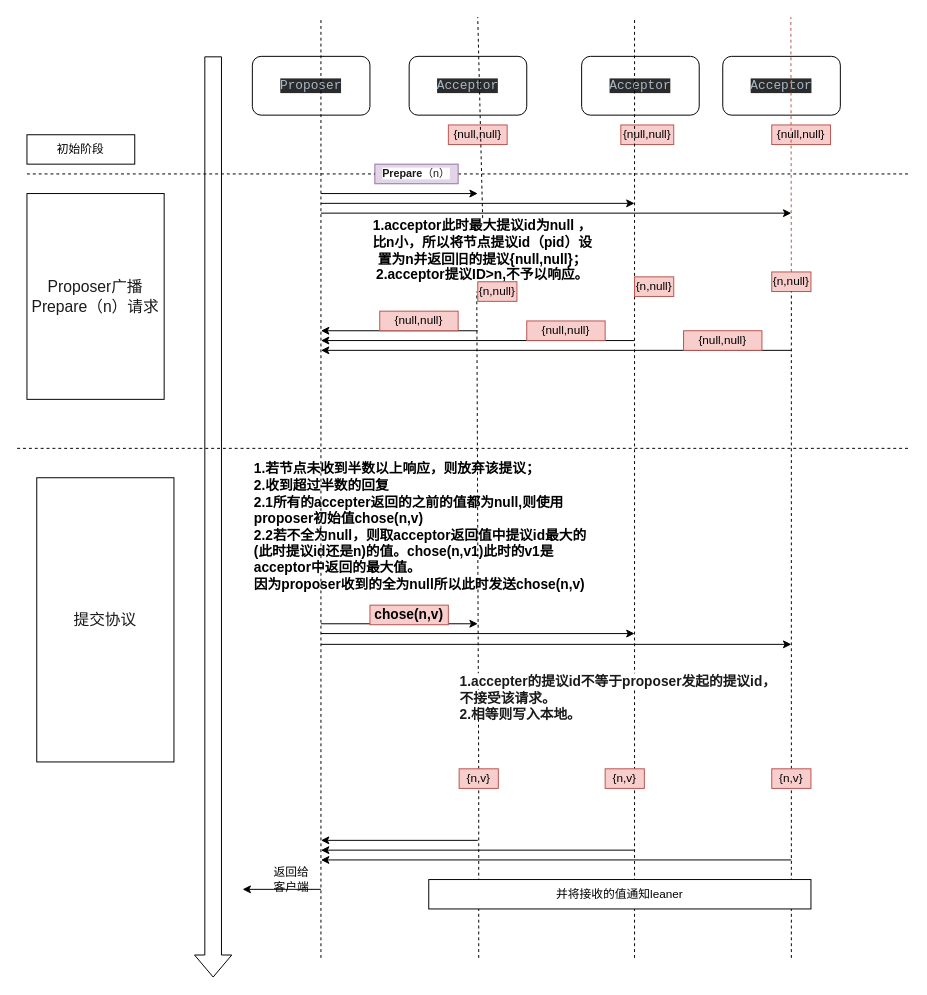
Earlier version of the draw.io diagram Untitled Diagram.drawio (852438143/drawIo). Source tidied: cells renumbered, new cells numbered last; positions are measured from the earlier drawing's top-left corner, leaving out a move shared by most shapes. Both pictures are drawn from the tidied source at 98%, with x=0, y=0 at pixel (17, 17).
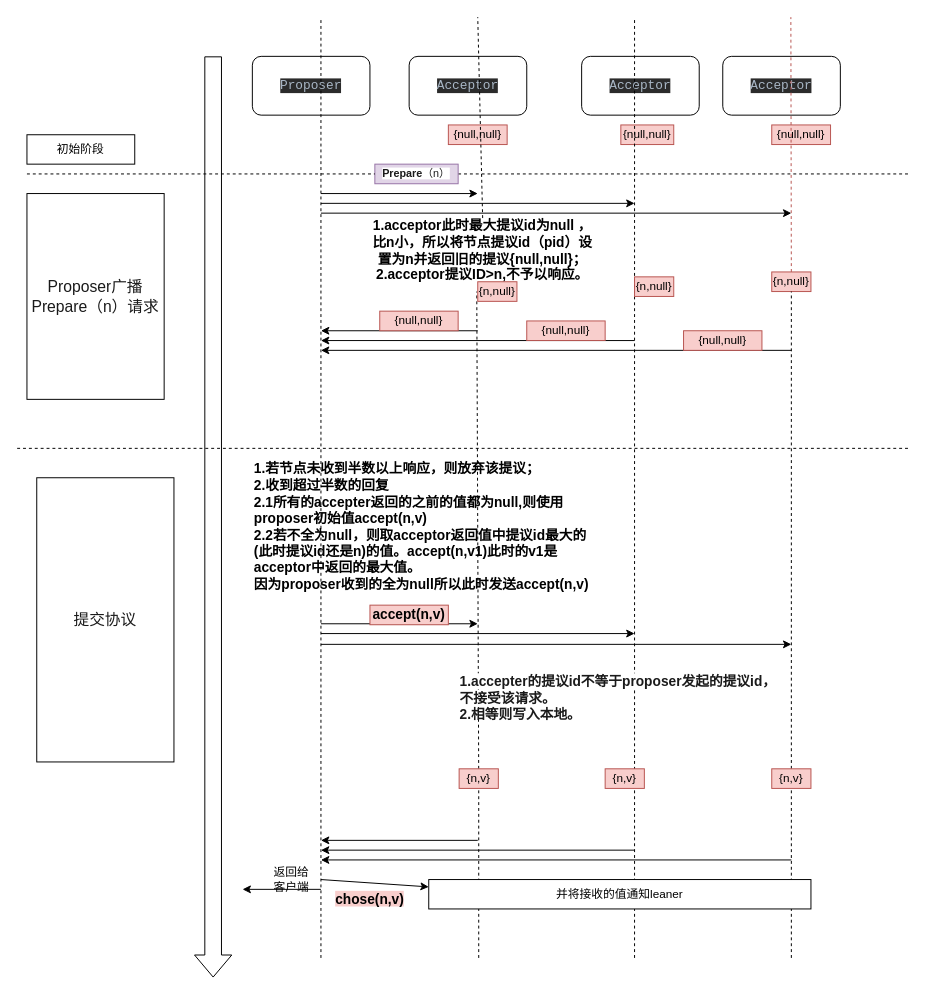
The same diagram, later.

The change refers to these unchanged cells:
```xml
<mxCell id="50" value="并将接收的值通知leaner" style="rounded=0;whiteSpace=wrap;html=1;" parent="1" vertex="1">
  <mxGeometry x="420" y="880" width="390" height="30" as="geometry" />
</mxCell>
```

What changed in the source:
```diff
@@
-    <mxCell id="36" value="&lt;b&gt;&lt;font style=&quot;font-size: 14px&quot;&gt;1.若节点未收到半数以上响应，则放弃该提议；&lt;br&gt;&lt;div&gt;&lt;b style=&quot;font-size: 12px&quot;&gt;&lt;font style=&quot;font-size: 14px&quot;&gt;2.收到超过半数的回复&lt;/font&gt;&lt;/b&gt;&lt;/div&gt;&lt;div&gt;&lt;b style=&quot;font-size: 12px&quot;&gt;&lt;font style=&quot;font-size: 14px&quot;&gt;2.1所有的accepter返回的之前的值都为null,则使用proposer初始值chose(n,v)&lt;/font&gt;&lt;/b&gt;&lt;/div&gt;&lt;div&gt;&lt;b style=&quot;font-size: 12px&quot;&gt;&lt;font style=&quot;font-size: 14px&quot;&gt;2.2若不全为null，则取acceptor返回值中提议id最大的(此时提议id还是n)的值。chose(n,v1)此时的v1是acceptor中返回的最大值。&lt;/font&gt;&lt;/b&gt;&lt;/div&gt;&lt;div&gt;因为proposer收到的全为null所以此时发送chose(n,v)&lt;/div&gt;&lt;/font&gt;&lt;/b&gt;" style="text;html=1;strokeColor=none;fillColor=none;align=left;verticalAlign=middle;whiteSpace=wrap;rounded=0;" parent="1" vertex="1">
+    <mxCell id="36" value="&lt;b&gt;&lt;font style=&quot;font-size: 14px&quot;&gt;1.若节点未收到半数以上响应，则放弃该提议；&lt;br&gt;&lt;div&gt;&lt;b style=&quot;font-size: 12px&quot;&gt;&lt;font style=&quot;font-size: 14px&quot;&gt;2.收到超过半数的回复&lt;/font&gt;&lt;/b&gt;&lt;/div&gt;&lt;div&gt;&lt;b style=&quot;font-size: 12px&quot;&gt;&lt;font style=&quot;font-size: 14px&quot;&gt;2.1所有的accepter返回的之前的值都为null,则使用proposer初始值accept(n,v)&lt;/font&gt;&lt;/b&gt;&lt;/div&gt;&lt;div&gt;&lt;b style=&quot;font-size: 12px&quot;&gt;&lt;font style=&quot;font-size: 14px&quot;&gt;2.2若不全为null，则取acceptor返回值中提议id最大的(此时提议id还是n)的值。accept(n,v1)此时的v1是acceptor中返回的最大值。&lt;/font&gt;&lt;/b&gt;&lt;/div&gt;&lt;div&gt;因为proposer收到的全为null所以此时发送accept(n,v)&lt;/div&gt;&lt;/font&gt;&lt;/b&gt;" style="text;html=1;strokeColor=none;fillColor=none;align=left;verticalAlign=middle;whiteSpace=wrap;rounded=0;" parent="1" vertex="1">
       <mxGeometry x="240" y="440" width="350" height="160" as="geometry" />
     </mxCell>
@@
-    <mxCell id="40" value="&lt;b style=&quot;text-align: left&quot;&gt;&lt;font style=&quot;font-size: 14px&quot;&gt;chose(n,v)&lt;/font&gt;&lt;/b&gt;" style="text;html=1;strokeColor=#b85450;fillColor=#f8cecc;align=center;verticalAlign=middle;whiteSpace=wrap;rounded=0;" parent="1" vertex="1">
+    <mxCell id="40" value="&lt;b style=&quot;text-align: left&quot;&gt;&lt;font style=&quot;font-size: 14px&quot;&gt;accept(n,v)&lt;/font&gt;&lt;/b&gt;" style="text;html=1;strokeColor=#b85450;fillColor=#f8cecc;align=center;verticalAlign=middle;whiteSpace=wrap;rounded=0;" parent="1" vertex="1">
       <mxGeometry x="360" y="600" width="80" height="20" as="geometry" />
     </mxCell>
@@
+    <mxCell id="53" style="endArrow=classic;html=1;entryX=0;entryY=0.25;entryDx=0;entryDy=0;" parent="1" edge="1" target="50">
+      <mxGeometry relative="1" as="geometry">
+        <mxPoint x="310" y="880" as="sourcePoint" />
+      </mxGeometry>
+    </mxCell>
+    <mxCell id="54" value="&lt;font style=&quot;font-size: 14px&quot;&gt;&lt;b style=&quot;background-color: rgb(248 , 206 , 204)&quot;&gt;chose(n,v)&lt;/b&gt;&lt;/font&gt;" style="text;html=1;strokeColor=none;fillColor=none;align=center;verticalAlign=middle;whiteSpace=wrap;rounded=0;" parent="1" vertex="1">
+      <mxGeometry x="340" y="890" width="40" height="20" as="geometry" />
+    </mxCell>
```
